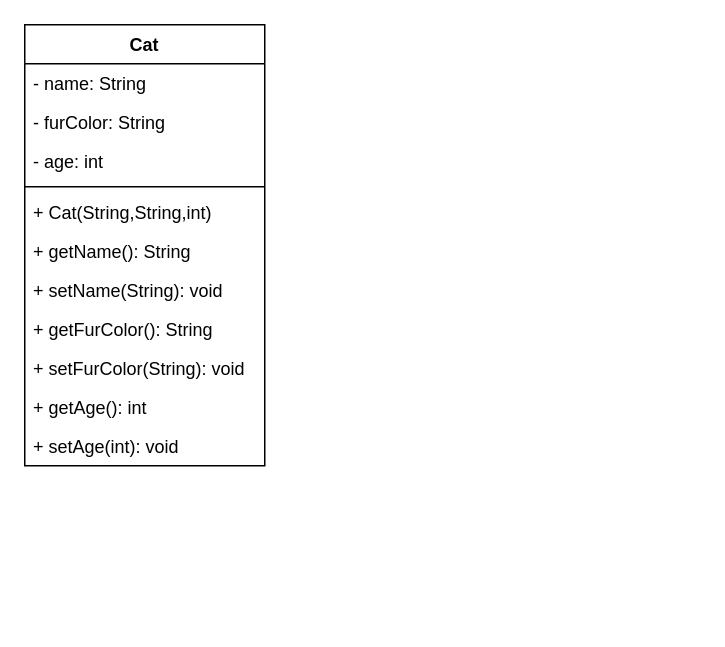
Before: 02c_Klassen_Objekte_II/klassendiagramm.drawio in Simon-Po/oop, a draw.io diagram. Source tidied: cells renumbered, new cells numbered last; positions are measured from the earlier drawing's top-left corner, leaving out a move shared by most shapes. Both pictures are drawn from the tidied source at 150%, with x=0, y=0 at pixel (24, 24).
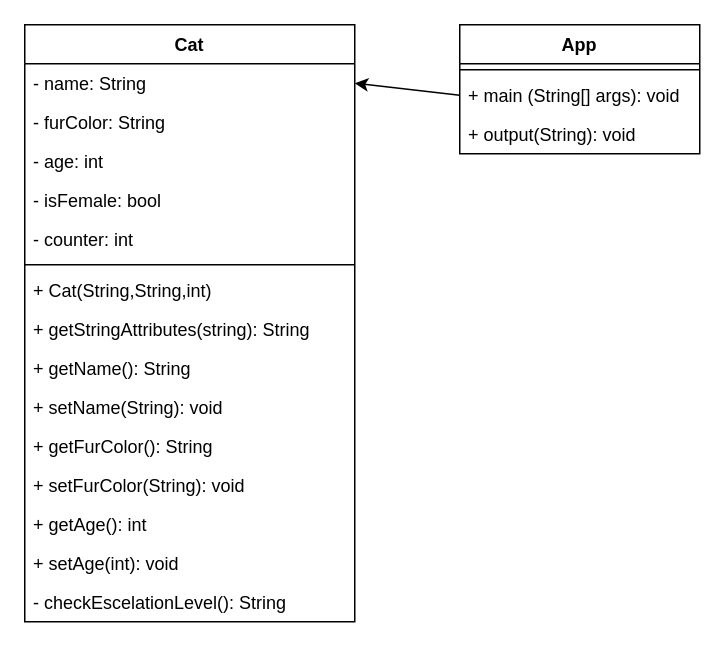
After the change.

What changed in the source:
```diff
@@
     <mxCell id="2" value="Cat" style="swimlane;fontStyle=1;align=center;verticalAlign=top;horizontal=1;startSize=26;" parent="1" vertex="1">
-      <mxGeometry width="160" height="294" as="geometry" />
+      <mxGeometry width="220" height="398" as="geometry" />
     </mxCell>
     <mxCell id="3" value="- name: String" style="text;strokeColor=none;fillColor=none;align=left;verticalAlign=top;spacingLeft=4;spacingRight=4;overflow=hidden;points=[[0,0.5],[1,0.5]];portConstraint=eastwest;" parent="2" vertex="1">
-      <mxGeometry y="26" width="160" height="26" as="geometry" />
+      <mxGeometry y="26" width="220" height="26" as="geometry" />
     </mxCell>
     <mxCell id="4" value="- furColor: String" style="text;strokeColor=none;fillColor=none;align=left;verticalAlign=top;spacingLeft=4;spacingRight=4;overflow=hidden;" parent="2" vertex="1">
-      <mxGeometry y="52" width="160" height="26" as="geometry" />
+      <mxGeometry y="52" width="220" height="26" as="geometry" />
     </mxCell>
     <mxCell id="5" value="- age: int" style="text;strokeColor=none;fillColor=none;align=left;verticalAlign=top;spacingLeft=4;spacingRight=4;overflow=hidden;" parent="2" vertex="1">
-      <mxGeometry y="78" width="160" height="26" as="geometry" />
+      <mxGeometry y="78" width="220" height="26" as="geometry" />
     </mxCell>
+    <mxCell id="14" value="- isFemale: bool" style="text;strokeColor=none;fillColor=none;align=left;verticalAlign=top;spacingLeft=4;spacingRight=4;overflow=hidden;" parent="2" vertex="1">
+      <mxGeometry y="104" width="220" height="26" as="geometry" />
+    </mxCell>
+    <mxCell id="15" value="- counter: int" style="text;strokeColor=none;fillColor=none;align=left;verticalAlign=top;spacingLeft=4;spacingRight=4;overflow=hidden;" parent="2" vertex="1">
+      <mxGeometry y="130" width="220" height="26" as="geometry" />
+    </mxCell>
     <mxCell id="6" style="line;strokeWidth=1;fillColor=none;align=left;verticalAlign=middle;spacingTop=-1;spacingLeft=3;spacingRight=3;labelPosition=right;" parent="2" vertex="1">
-      <mxGeometry y="104" width="160" height="8" as="geometry" />
+      <mxGeometry y="156" width="220" height="8" as="geometry" />
     </mxCell>
     <mxCell id="7" value="+ Cat(String,String,int)" style="text;strokeColor=none;fillColor=none;align=left;verticalAlign=top;spacingLeft=4;spacingRight=4;overflow=hidden;" parent="2" vertex="1">
-      <mxGeometry y="112" width="160" height="26" as="geometry" />
+      <mxGeometry y="164" width="220" height="26" as="geometry" />
     </mxCell>
+    <mxCell id="16" value="+ getStringAttributes(string): String" style="text;strokeColor=none;fillColor=none;align=left;verticalAlign=top;spacingLeft=4;spacingRight=4;overflow=hidden;" parent="2" vertex="1">
+      <mxGeometry y="190" width="220" height="26" as="geometry" />
+    </mxCell>
     <mxCell id="8" value="+ getName(): String" style="text;strokeColor=none;fillColor=none;align=left;verticalAlign=top;spacingLeft=4;spacingRight=4;overflow=hidden;" parent="2" vertex="1">
-      <mxGeometry y="138" width="160" height="26" as="geometry" />
+      <mxGeometry y="216" width="220" height="26" as="geometry" />
     </mxCell>
     <mxCell id="9" value="+ setName(String): void" style="text;strokeColor=none;fillColor=none;align=left;verticalAlign=top;spacingLeft=4;spacingRight=4;overflow=hidden;" parent="2" vertex="1">
-      <mxGeometry y="164" width="160" height="26" as="geometry" />
+      <mxGeometry y="242" width="220" height="26" as="geometry" />
     </mxCell>
     <mxCell id="10" value="+ getFurColor(): String" style="text;strokeColor=none;fillColor=none;align=left;verticalAlign=top;spacingLeft=4;spacingRight=4;overflow=hidden;" parent="2" vertex="1">
-      <mxGeometry y="190" width="160" height="26" as="geometry" />
+      <mxGeometry y="268" width="220" height="26" as="geometry" />
     </mxCell>
     <mxCell id="11" value="+ setFurColor(String): void" style="text;strokeColor=none;fillColor=none;align=left;verticalAlign=top;spacingLeft=4;spacingRight=4;overflow=hidden;" parent="2" vertex="1">
-      <mxGeometry y="216" width="160" height="26" as="geometry" />
+      <mxGeometry y="294" width="220" height="26" as="geometry" />
     </mxCell>
     <mxCell id="12" value="+ getAge(): int" style="text;strokeColor=none;fillColor=none;align=left;verticalAlign=top;spacingLeft=4;spacingRight=4;overflow=hidden;" parent="2" vertex="1">
-      <mxGeometry y="242" width="160" height="26" as="geometry" />
+      <mxGeometry y="320" width="220" height="26" as="geometry" />
     </mxCell>
     <mxCell id="13" value="+ setAge(int): void" style="text;strokeColor=none;fillColor=none;align=left;verticalAlign=top;spacingLeft=4;spacingRight=4;overflow=hidden;" parent="2" vertex="1">
-      <mxGeometry y="268" width="160" height="26" as="geometry" />
+      <mxGeometry y="346" width="220" height="26" as="geometry" />
     </mxCell>
+    <mxCell id="17" value="- checkEscelationLevel(): String" style="text;strokeColor=none;fillColor=none;align=left;verticalAlign=top;spacingLeft=4;spacingRight=4;overflow=hidden;" parent="2" vertex="1">
+      <mxGeometry y="372" width="220" height="26" as="geometry" />
+    </mxCell>
+    <mxCell id="18" value="App" style="swimlane;fontStyle=1;align=center;verticalAlign=top;horizontal=1;startSize=26;" parent="1" vertex="1">
+      <mxGeometry x="290" width="160" height="86" as="geometry" />
+    </mxCell>
+    <mxCell id="19" style="line;strokeWidth=1;fillColor=none;align=left;verticalAlign=middle;spacingTop=-1;spacingLeft=3;spacingRight=3;labelPosition=right;" parent="18" vertex="1">
+      <mxGeometry y="26" width="160" height="8" as="geometry" />
+    </mxCell>
+    <mxCell id="20" value="+ main (String[] args): void&#10;" style="text;strokeColor=none;fillColor=none;align=left;verticalAlign=top;spacingLeft=4;spacingRight=4;overflow=hidden;points=[[0,0.5],[1,0.5]];portConstraint=eastwest;" parent="18" vertex="1">
+      <mxGeometry y="34" width="160" height="26" as="geometry" />
+    </mxCell>
+    <mxCell id="21" value="+ output(String): void" style="text;strokeColor=none;fillColor=none;align=left;verticalAlign=top;spacingLeft=4;spacingRight=4;overflow=hidden;" parent="18" vertex="1">
+      <mxGeometry y="60" width="160" height="26" as="geometry" />
+    </mxCell>
+    <mxCell id="22" style="edgeStyle=none;html=1;exitX=0;exitY=0.5;exitDx=0;exitDy=0;entryX=1;entryY=0.5;entryDx=0;entryDy=0;" parent="1" edge="1" source="20" target="3">
+      <mxGeometry relative="1" as="geometry" />
+    </mxCell>
```
